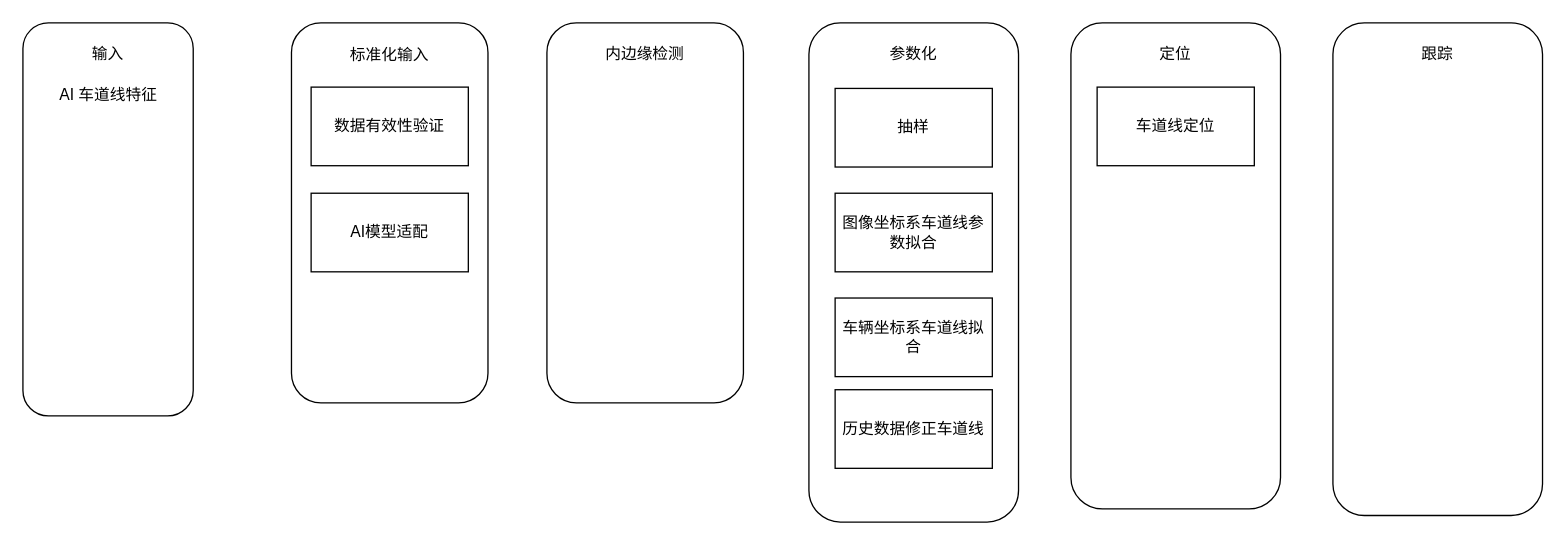
This is ypilot_2022.drawio from bugquella/diagrams, a draw.io file, before an edit. Source tidied: cells renumbered, new cells numbered last; positions are measured from the earlier drawing's top-left corner, leaving out a move shared by most shapes. Both pictures are drawn from the tidied source at 131%, with x=0, y=0 at pixel (22, 22).
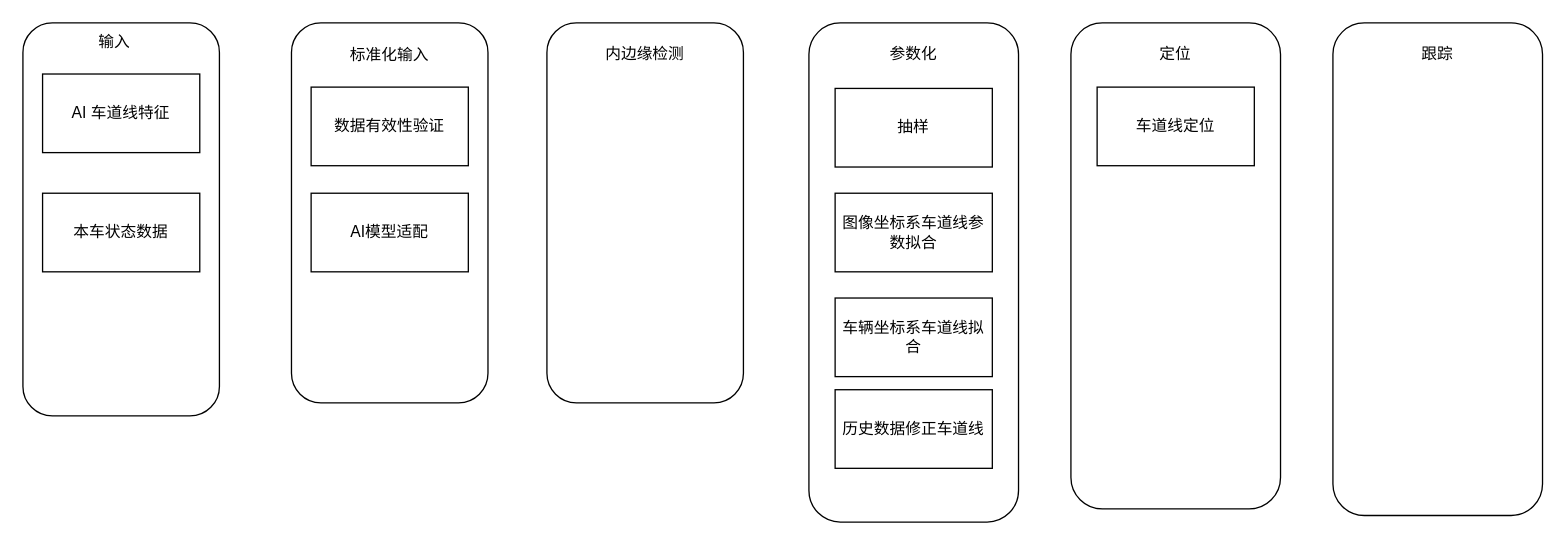
The same diagram, later.

Diff of the diagram source:
```diff
@@
     <mxCell id="19" style="rounded=1;whiteSpace=wrap;html=1;" parent="1" vertex="1">
-      <mxGeometry width="130" height="300" as="geometry" />
+      <mxGeometry width="150" height="300" as="geometry" />
     </mxCell>
     <mxCell id="20" value="输入" style="text;html=1;strokeColor=none;fillColor=none;align=center;verticalAlign=middle;whiteSpace=wrap;rounded=0;" parent="1" vertex="1">
-      <mxGeometry x="35" y="9" width="60" height="30" as="geometry" />
+      <mxGeometry x="40" width="60" height="30" as="geometry" />
     </mxCell>
-    <mxCell id="21" value="AI 车道线特征" style="text;html=1;strokeColor=none;fillColor=none;align=center;verticalAlign=middle;whiteSpace=wrap;rounded=0;" parent="1" vertex="1">
-      <mxGeometry x="22.5" y="40" width="85" height="30" as="geometry" />
+    <mxCell id="21" value="AI 车道线特征" style="rounded=0;whiteSpace=wrap;html=1;" parent="1" vertex="1">
+      <mxGeometry x="15" y="39" width="120" height="60" as="geometry" />
     </mxCell>
+    <mxCell id="22" value="本车状态数据" style="rounded=0;whiteSpace=wrap;html=1;" parent="1" vertex="1">
+      <mxGeometry x="15" y="130" width="120" height="60" as="geometry" />
+    </mxCell>
```
